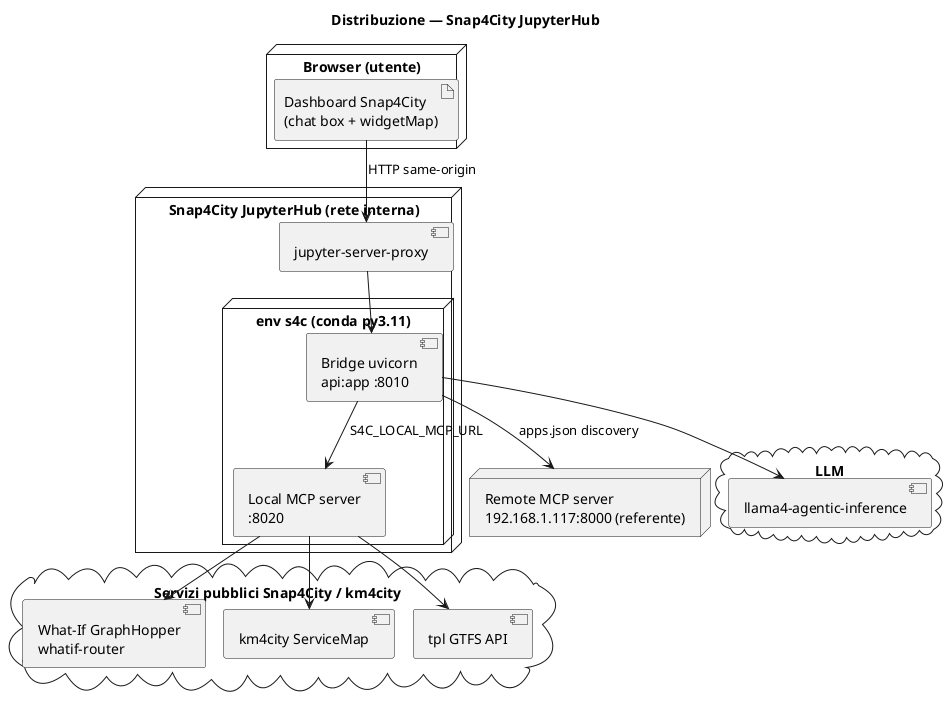
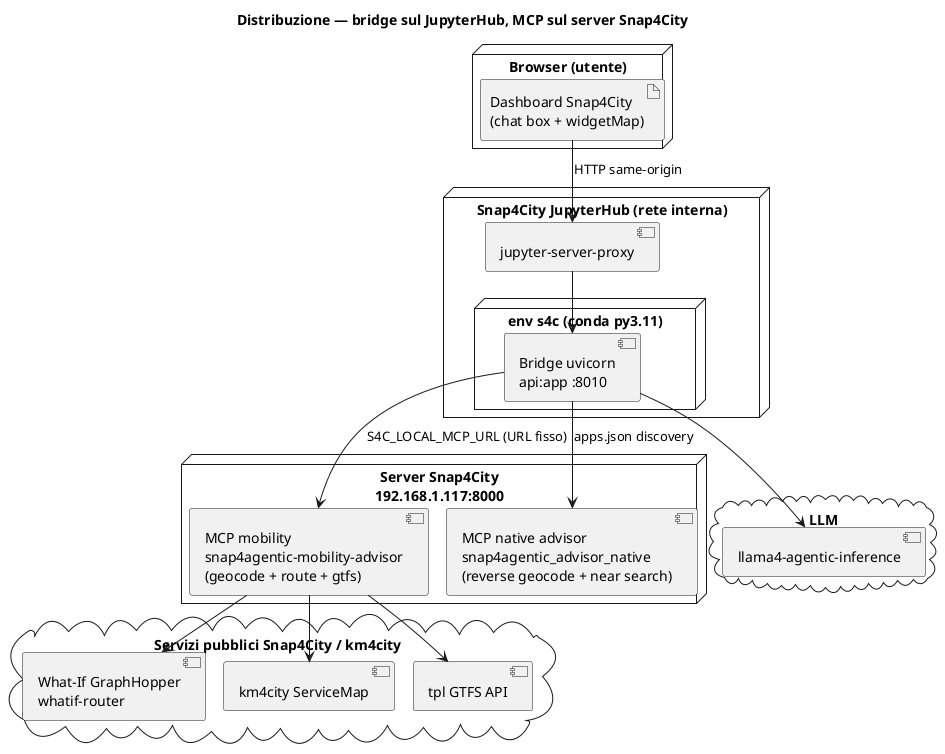
@startuml deployment
!pragma layout smetana
- title Distribuzione — Snap4City JupyterHub
+ title Distribuzione — bridge sul JupyterHub, MCP sul server Snap4City

skinparam shadowing false

node "Browser (utente)" {
  artifact "Dashboard Snap4City\n(chat box + widgetMap)" as dash
}

node "Snap4City JupyterHub (rete interna)" {
  component "jupyter-server-proxy" as proxy
  node "env s4c (conda py3.11)" {
-     component "Local MCP server\n:8020" as mcp
    component "Bridge uvicorn\napi:app :8010" as bridge
  }
}

- node "Remote MCP server\n192.168.1.117:8000 (referente)" as remote
+ node "Server Snap4City\n192.168.1.117:8000" as s4c {
+   component "MCP mobility\nsnap4agentic-mobility-advisor\n(geocode + route + gtfs)" as mob
+   component "MCP native advisor\nsnap4agentic_advisor_native\n(reverse geocode + near search)" as native
+ }

cloud "Servizi pubblici Snap4City / km4city" {
  component "What-If GraphHopper\nwhatif-router" as whatif
  component "km4city ServiceMap" as sm
  component "tpl GTFS API" as tpl
}

cloud "LLM" {
  component "llama4-agentic-inference" as llm
}

dash --> proxy : HTTP same-origin
proxy --> bridge
- bridge --> mcp : S4C_LOCAL_MCP_URL
- bridge --> remote : apps.json discovery
+ bridge --> mob : S4C_LOCAL_MCP_URL (URL fisso)
+ bridge --> native : apps.json discovery
bridge --> llm
- mcp --> whatif
- mcp --> sm
- mcp --> tpl
+ mob --> whatif
+ mob --> sm
+ mob --> tpl
@enduml
